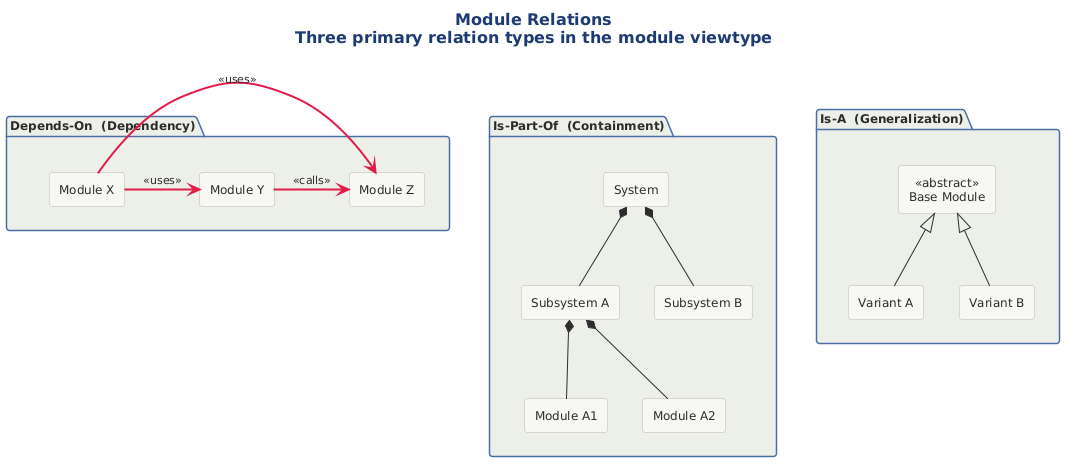
Notoriousjayy/latex-docs keeps this PlantUML diagram as src/architecture/views-and-beyond/style-catalogs/module/module-views/png/relations-three-primary-relation-types-module.png. Above is the earlier version.
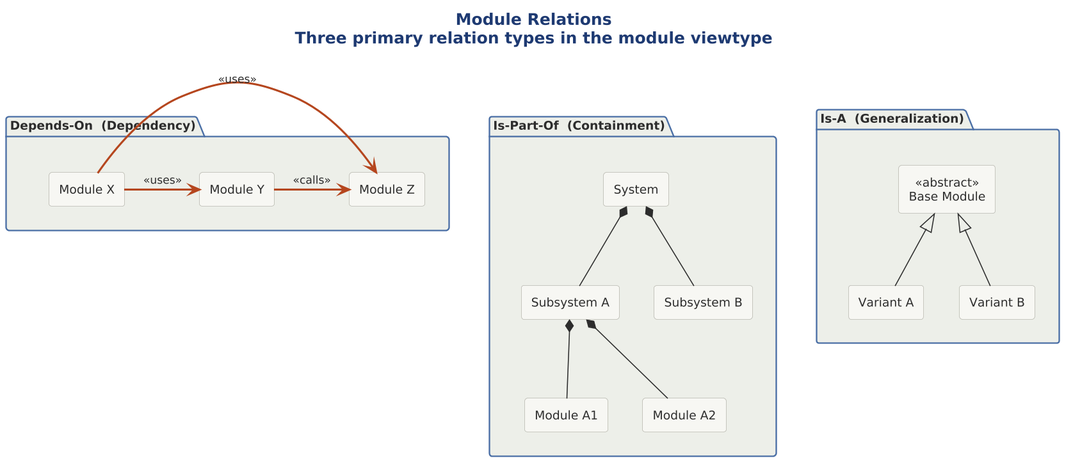
The same file after the commit.

Diff of the diagram source:
```diff
@@ -1,4 +1,8 @@
 @startuml
+
+skinparam dpi 150
+
+
 
 
 !include ../../../../../../tooling/styles/plantuml/structural/package-diagram-style.iuml
@@ -21,9 +25,9 @@
   rectangle "Module X" as MX
   rectangle "Module Y" as MY
   rectangle "Module Z" as MZ
-  MX -[#E11D48,bold]right-> MY : <<uses>>
-  MX -[#E11D48,bold]right-> MZ : <<uses>>
-  MY -[#E11D48,bold]right-> MZ : <<calls>>
+  MX -[$line_invalid,bold]right-> MY : <<uses>>
+  MX -[$line_invalid,bold]right-> MZ : <<uses>>
+  MY -[$line_invalid,bold]right-> MZ : <<calls>>
 }
 
 package "Is-A  (Generalization)" as P3 {
```
